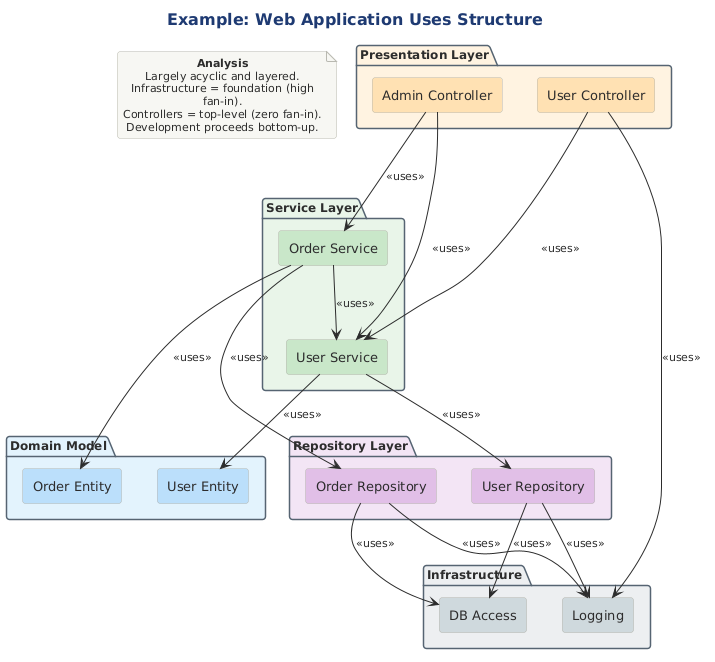
The PlantUML diagram src/architecture/views-and-beyond/style-catalogs/module/uses-style/png/example-web-application-uses-structure.png in Notoriousjayy/latex-docs, before a commit. Source of this version:
```plantuml
@startuml

skinparam RectangleBorderColor #2C3E50
!include ../../../../../../tooling/styles/plantuml/structural/package-diagram-style.iuml

skinparam RectangleFontSize 13
skinparam PackageBorderColor #566573
skinparam PackageBackgroundColor #FAFAFA

title Example: Web Application Uses Structure

package "Presentation Layer" as PL #FFF3E0 {
  rectangle "User Controller" as UC #FFE0B2
  rectangle "Admin Controller" as AC #FFE0B2
}

package "Service Layer" as SL #E8F5E9 {
  rectangle "User Service" as US #C8E6C9
  rectangle "Order Service" as OS #C8E6C9
}

package "Domain Model" as DM #E3F2FD {
  rectangle "User Entity" as UE #BBDEFB
  rectangle "Order Entity" as OE #BBDEFB
}

package "Repository Layer" as RL #F3E5F5 {
  rectangle "User Repository" as UR #E1BEE7
  rectangle "Order Repository" as OR #E1BEE7
}

package "Infrastructure" as IL #ECEFF1 {
  rectangle "DB Access" as DB #CFD8DC
  rectangle "Logging" as LG #CFD8DC
}

UC -down-> US : <<uses>>
UC -down-> LG : <<uses>>
AC -down-> US : <<uses>>
AC -down-> OS : <<uses>>
US -down-> UE : <<uses>>
US -down-> UR : <<uses>>
OS -down-> OE : <<uses>>
OS -down-> OR : <<uses>>
OS -down-> US : <<uses>>
UR -down-> DB : <<uses>>
OR -down-> DB : <<uses>>
UR -down-> LG : <<uses>>
OR -down-> LG : <<uses>>

note as N1
  **Analysis**
  Largely acyclic and layered.
  Infrastructure = foundation (high fan-in).
  Controllers = top-level (zero fan-in).
  Development proceeds bottom-up.
end note
@enduml
```
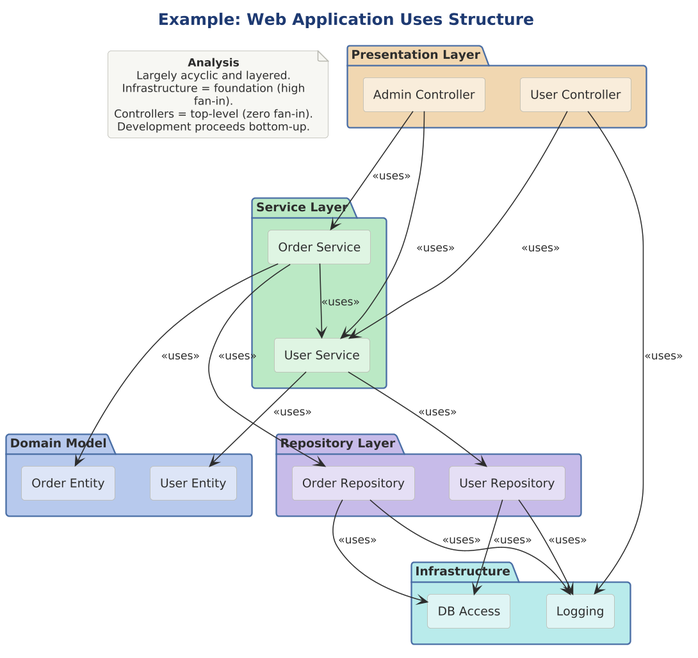
After the change.

What changed in the source:
```diff
@@ -1,37 +1,37 @@
 @startuml
 
-skinparam RectangleBorderColor #2C3E50
+skinparam dpi 150
+
+
+
+
 !include ../../../../../../tooling/styles/plantuml/structural/package-diagram-style.iuml
-
-skinparam RectangleFontSize 13
-skinparam PackageBorderColor #566573
-skinparam PackageBackgroundColor #FAFAFA
 
 title Example: Web Application Uses Structure
 
-package "Presentation Layer" as PL #FFF3E0 {
-  rectangle "User Controller" as UC #FFE0B2
-  rectangle "Admin Controller" as AC #FFE0B2
+package "Presentation Layer" as PL $deep_caution {
+  rectangle "User Controller" as UC $fill_caution
+  rectangle "Admin Controller" as AC $fill_caution
 }
 
-package "Service Layer" as SL #E8F5E9 {
-  rectangle "User Service" as US #C8E6C9
-  rectangle "Order Service" as OS #C8E6C9
+package "Service Layer" as SL $deep_ok {
+  rectangle "User Service" as US $fill_ok
+  rectangle "Order Service" as OS $fill_ok
 }
 
-package "Domain Model" as DM #E3F2FD {
-  rectangle "User Entity" as UE #BBDEFB
-  rectangle "Order Entity" as OE #BBDEFB
+package "Domain Model" as DM $deep_primary {
+  rectangle "User Entity" as UE $fill_primary
+  rectangle "Order Entity" as OE $fill_primary
 }
 
-package "Repository Layer" as RL #F3E5F5 {
-  rectangle "User Repository" as UR #E1BEE7
-  rectangle "Order Repository" as OR #E1BEE7
+package "Repository Layer" as RL $deep_alt {
+  rectangle "User Repository" as UR $fill_alt
+  rectangle "Order Repository" as OR $fill_alt
 }
 
-package "Infrastructure" as IL #ECEFF1 {
-  rectangle "DB Access" as DB #CFD8DC
-  rectangle "Logging" as LG #CFD8DC
+package "Infrastructure" as IL $deep_dynamic {
+  rectangle "DB Access" as DB $fill_dynamic
+  rectangle "Logging" as LG $fill_dynamic
 }
 
 UC -down-> US : <<uses>>
```
